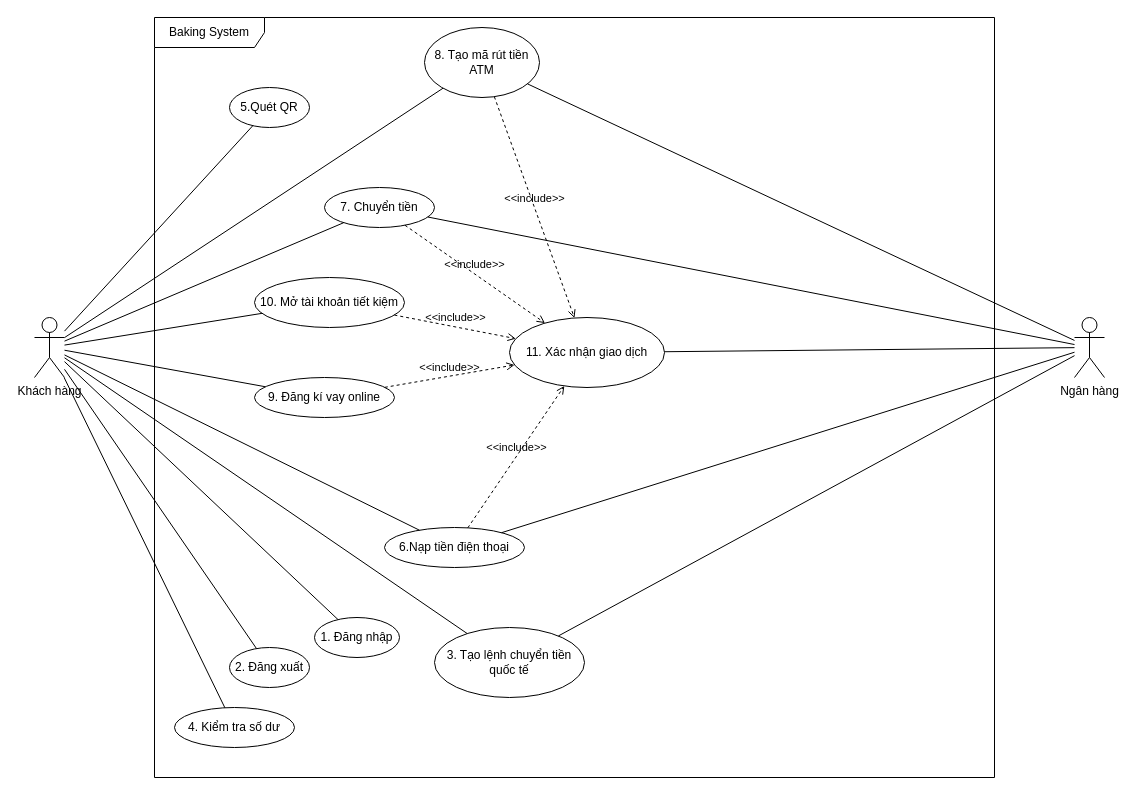
The draw.io diagram uml/BDHC_UseCaseDiagram_0.0.1.drawio in HoangDucBach/bghc, before the edit. Source tidied: cells renumbered, new cells numbered last; positions are measured from the earlier drawing's top-left corner, leaving out a move shared by most shapes. Both pictures are drawn from the tidied source at 100%, with x=0, y=0 at pixel (34, 17).
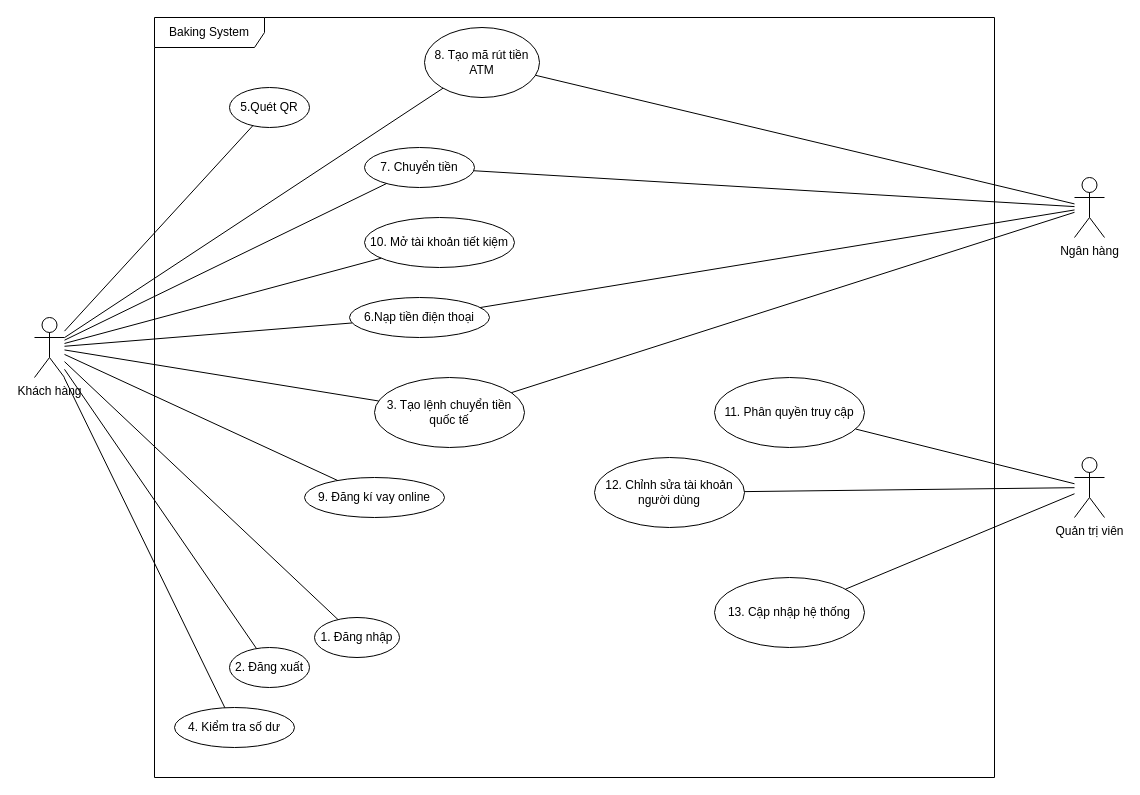
After the change.

Unchanged cells that the change refers to:
```xml
<mxCell id="11" value="8. Tạo mã rút tiền ATM" style="ellipse;whiteSpace=wrap;html=1;" parent="1" vertex="1">
  <mxGeometry x="390" y="10" width="115" height="70" as="geometry" />
</mxCell>
```

The edit, as a diff of the source:
```diff
@@
     <mxCell id="4" value="Ngân hàng&lt;div&gt;&lt;br&gt;&lt;/div&gt;" style="shape=umlActor;verticalLabelPosition=bottom;verticalAlign=top;html=1;" parent="1" vertex="1">
-      <mxGeometry x="1040" y="300" width="30" height="60" as="geometry" />
+      <mxGeometry x="1040" y="160" width="30" height="60" as="geometry" />
     </mxCell>
@@
     <mxCell id="9" value="6.Nạp tiền điện thoại" style="ellipse;whiteSpace=wrap;html=1;" parent="1" vertex="1">
-      <mxGeometry x="350" y="510" width="140" height="40" as="geometry" />
+      <mxGeometry x="315" y="280" width="140" height="40" as="geometry" />
     </mxCell>
     <mxCell id="10" value="10. Mở tài khoản tiết kiệm" style="ellipse;whiteSpace=wrap;html=1;" parent="1" vertex="1">
-      <mxGeometry x="220" y="260" width="150" height="50" as="geometry" />
+      <mxGeometry x="330" y="200" width="150" height="50" as="geometry" />
     </mxCell>
@@
     <mxCell id="12" value="9. Đăng kí vay online" style="ellipse;whiteSpace=wrap;html=1;" parent="1" vertex="1">
-      <mxGeometry x="220" y="360" width="140" height="40" as="geometry" />
+      <mxGeometry x="270" y="460" width="140" height="40" as="geometry" />
     </mxCell>
     <mxCell id="13" value="3. Tạo lệnh chuyển tiền quốc tế" style="ellipse;whiteSpace=wrap;html=1;" parent="1" vertex="1">
-      <mxGeometry x="400" y="610" width="150" height="70" as="geometry" />
+      <mxGeometry x="340" y="360" width="150" height="70" as="geometry" />
     </mxCell>
@@
     <mxCell id="24" value="7. Chuyển tiền" style="ellipse;whiteSpace=wrap;html=1;" parent="1" vertex="1">
-      <mxGeometry x="290" y="170" width="110" height="40" as="geometry" />
+      <mxGeometry x="330" y="130" width="110" height="40" as="geometry" />
     </mxCell>
-    <mxCell id="25" value="11. Xác nhận giao dịch" style="ellipse;whiteSpace=wrap;html=1;" parent="1" vertex="1">
-      <mxGeometry x="475" y="300" width="155" height="70" as="geometry" />
-    </mxCell>
-    <mxCell id="26" style="rounded=0;jettySize=auto;html=1;endArrow=none;endFill=0;" parent="1" edge="1" source="4" target="25">
-      <mxGeometry relative="1" as="geometry" />
-    </mxCell>
-    <mxCell id="27" value="&amp;lt;&amp;lt;include&amp;gt;&amp;gt;" style="html=1;verticalAlign=bottom;labelBackgroundColor=none;endArrow=open;endFill=0;dashed=1;rounded=0;" parent="1" edge="1" source="12" target="25">
-      <mxGeometry relative="1" as="geometry" />
-    </mxCell>
-    <mxCell id="28" value="&amp;lt;&amp;lt;include&amp;gt;&amp;gt;" style="html=1;verticalAlign=bottom;labelBackgroundColor=none;endArrow=open;endFill=0;dashed=1;rounded=0;" parent="1" edge="1" source="11" target="25">
-      <mxGeometry relative="1" as="geometry" />
-    </mxCell>
-    <mxCell id="29" value="&amp;lt;&amp;lt;include&amp;gt;&amp;gt;" style="html=1;verticalAlign=bottom;labelBackgroundColor=none;endArrow=open;endFill=0;dashed=1;rounded=0;" parent="1" edge="1" source="9" target="25">
-      <mxGeometry relative="1" as="geometry" />
-    </mxCell>
-    <mxCell id="30" value="&amp;lt;&amp;lt;include&amp;gt;&amp;gt;" style="html=1;verticalAlign=bottom;labelBackgroundColor=none;endArrow=open;endFill=0;dashed=1;rounded=0;" parent="1" edge="1" source="10" target="25">
-      <mxGeometry relative="1" as="geometry" />
-    </mxCell>
@@
-    <mxCell id="35" value="&amp;lt;&amp;lt;include&amp;gt;&amp;gt;" style="html=1;verticalAlign=bottom;labelBackgroundColor=none;endArrow=open;endFill=0;dashed=1;rounded=0;" parent="1" edge="1" source="24" target="25">
-      <mxGeometry relative="1" as="geometry" />
-    </mxCell>
+    <mxCell id="36" value="Quản trị viên" style="shape=umlActor;verticalLabelPosition=bottom;verticalAlign=top;html=1;outlineConnect=0;" parent="1" vertex="1">
+      <mxGeometry x="1040" y="440" width="30" height="60" as="geometry" />
+    </mxCell>
+    <mxCell id="37" value="11. Phân quyền truy cập" style="ellipse;whiteSpace=wrap;html=1;" parent="1" vertex="1">
+      <mxGeometry x="680" y="360" width="150" height="70" as="geometry" />
+    </mxCell>
+    <mxCell id="38" value="12. Chỉnh sửa tài khoản người dùng" style="ellipse;whiteSpace=wrap;html=1;" parent="1" vertex="1">
+      <mxGeometry x="560" y="440" width="150" height="70" as="geometry" />
+    </mxCell>
+    <mxCell id="39" value="13. Cập nhập hệ thống" style="ellipse;whiteSpace=wrap;html=1;" parent="1" vertex="1">
+      <mxGeometry x="680" y="560" width="150" height="70" as="geometry" />
+    </mxCell>
+    <mxCell id="40" style="rounded=0;jettySize=auto;html=1;endArrow=none;endFill=0;" parent="1" edge="1" source="36" target="37">
+      <mxGeometry relative="1" as="geometry" />
+    </mxCell>
+    <mxCell id="41" style="rounded=0;jettySize=auto;html=1;endArrow=none;endFill=0;" parent="1" edge="1" source="36" target="38">
+      <mxGeometry relative="1" as="geometry" />
+    </mxCell>
+    <mxCell id="42" style="rounded=0;jettySize=auto;html=1;endArrow=none;endFill=0;" parent="1" edge="1" source="36" target="39">
+      <mxGeometry relative="1" as="geometry" />
+    </mxCell>
```
